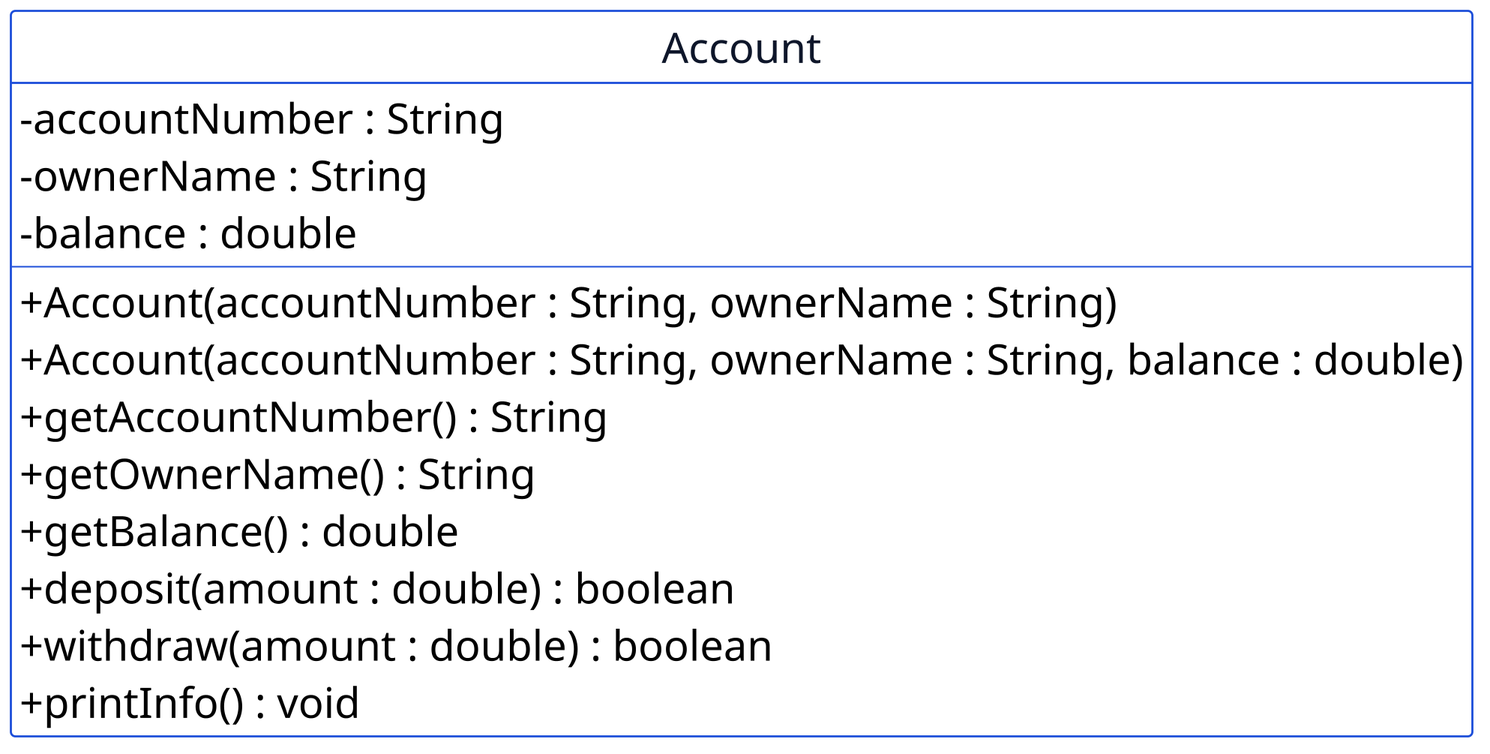
dhanifudin/oop keeps this PlantUML diagram as assets/uml/src/p03-account-encapsulated.png. Above is the earlier version. Its diagram source:
```plantuml
@startuml p03-account-encapsulated
scale 2
!include _common.iuml
hide circle
hide empty members

class Account {
  - accountNumber : String
  - ownerName : String
  - balance : double
  --
  + Account(accountNumber : String, ownerName : String)
  + Account(accountNumber : String, ownerName : String, balance : double)
  + getAccountNumber() : String
  + getOwnerName() : String
  + getBalance() : double
  + deposit(amount : double) : boolean
  + withdraw(amount : double) : boolean
  + printInfo() : void
}
@enduml
```
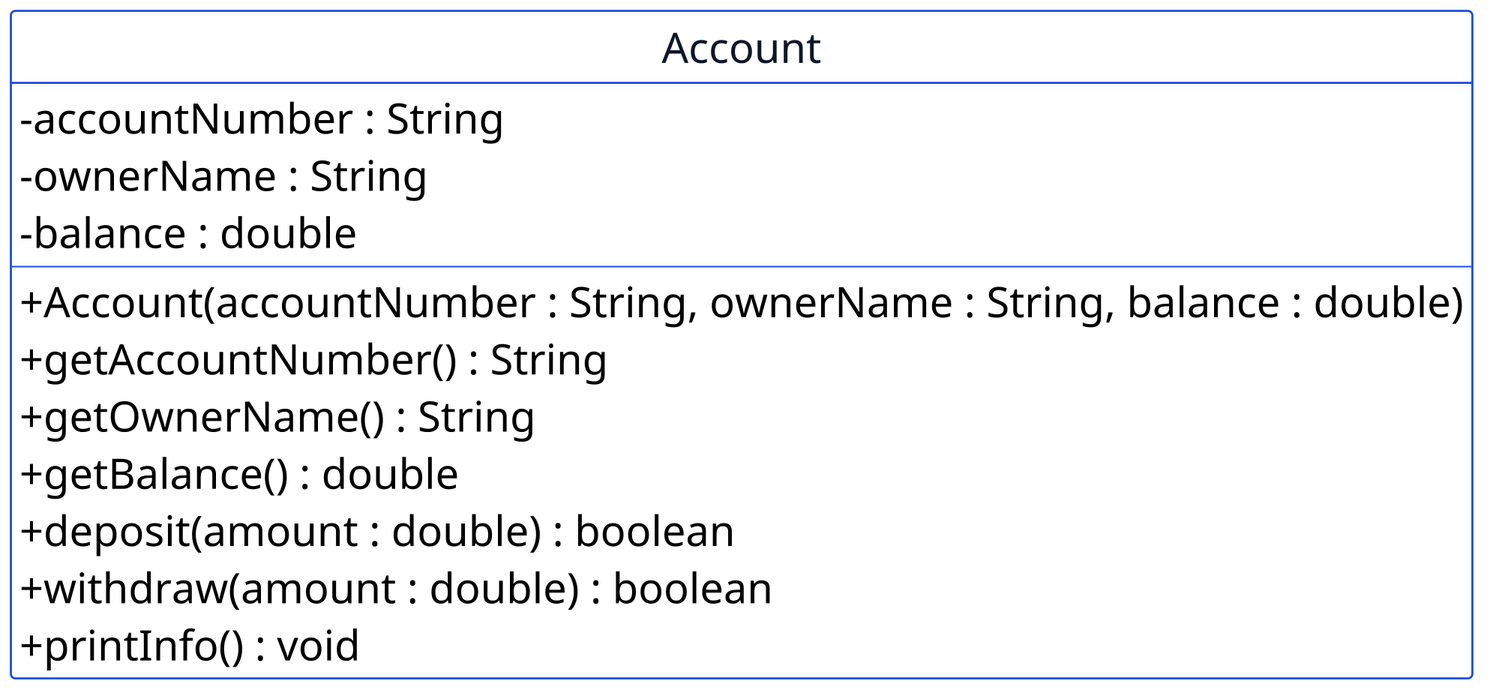
Above is the later version.

What changed in the source:
```diff
@@ -9,7 +9,6 @@
   - ownerName : String
   - balance : double
   --
-  + Account(accountNumber : String, ownerName : String)
   + Account(accountNumber : String, ownerName : String, balance : double)
   + getAccountNumber() : String
   + getOwnerName() : String
```
